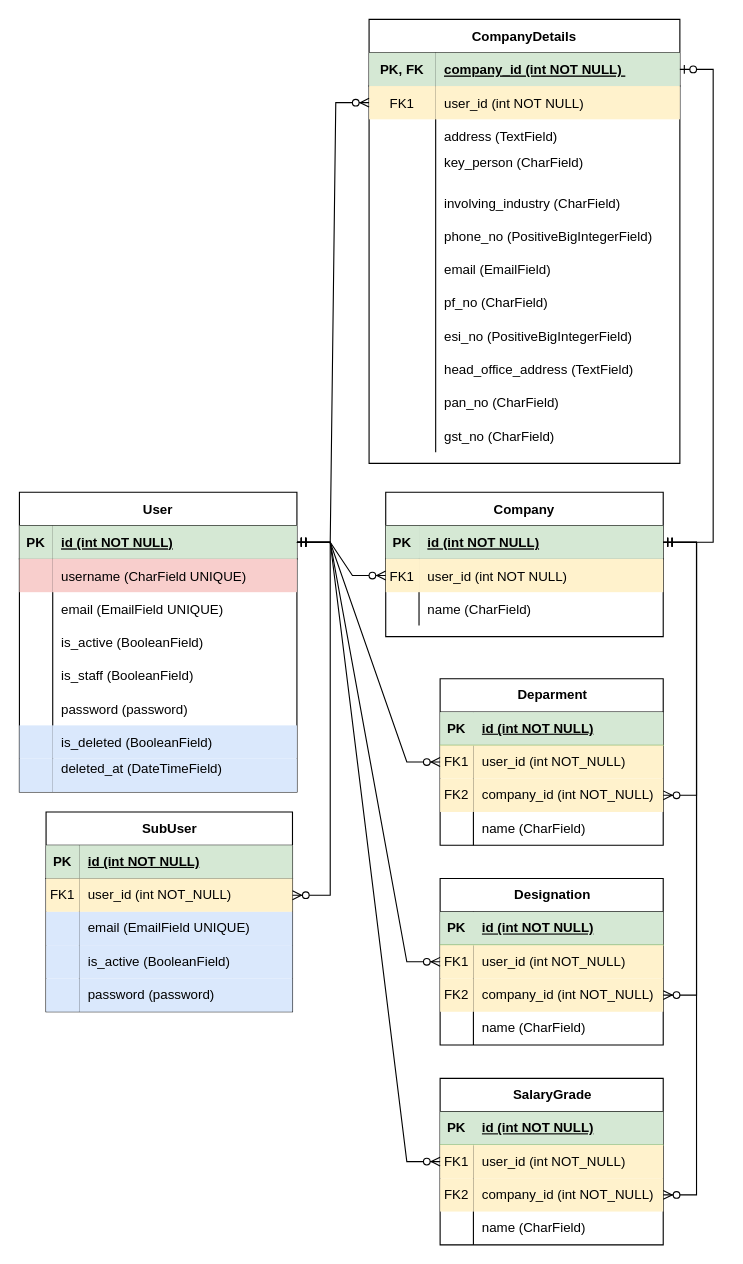
Before: DB_diagram.drawio in naruto4999/payroll-system, a draw.io diagram. Source tidied: cells renumbered, new cells numbered last; positions are measured from the earlier drawing's top-left corner, leaving out a move shared by most shapes. Both pictures are drawn from the tidied source at 111%, with x=0, y=0 at pixel (19, 19).
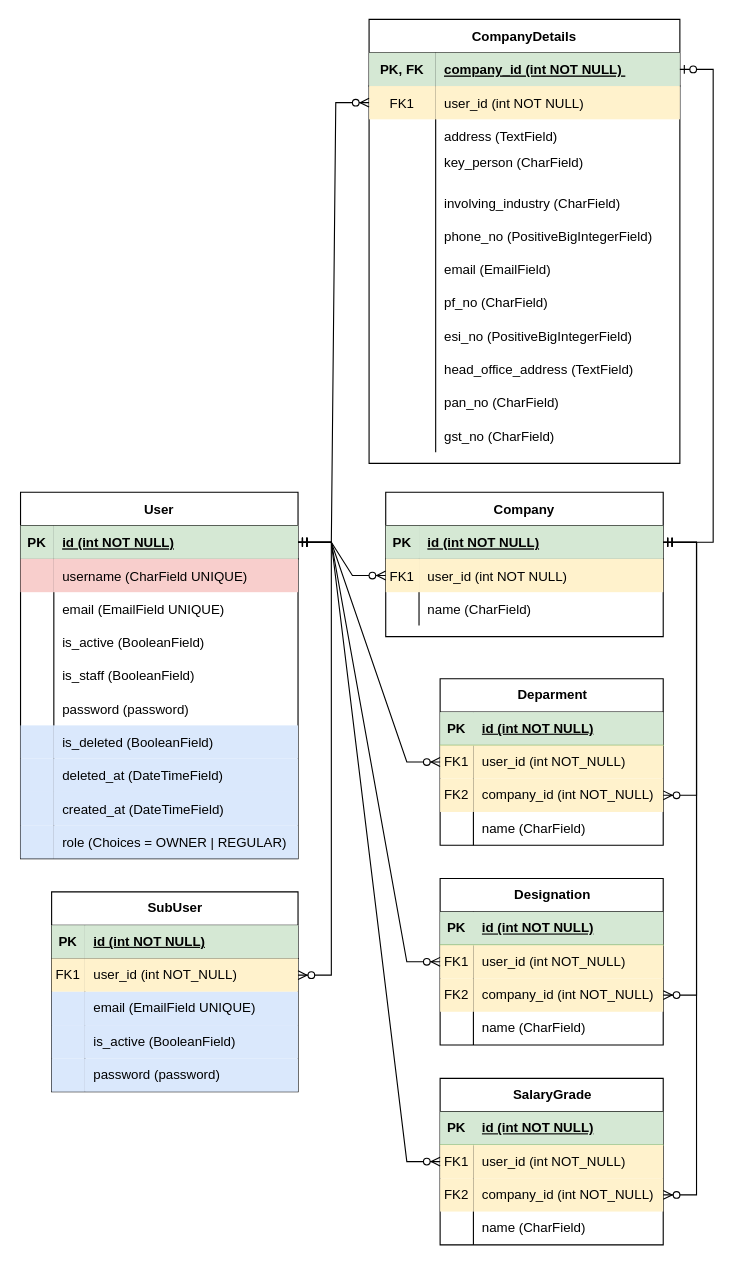
Above is the later version.

The change refers to these unchanged cells:
```xml
<mxCell id="71" style="shape=partialRectangle;fillColor=none;top=0;left=0;right=0;bottom=0;" parent="49" vertex="1">
  <mxGeometry y="240" width="250" height="30" as="geometry" />
</mxCell>
```

Change to the diagram source:
```diff
@@
     <mxCell id="49" value="User" style="shape=table;startSize=30;childLayout=tableLayout;rowLines=0;fontStyle=1;align=center;" parent="1" vertex="1">
-      <mxGeometry y="426" width="250" height="270" as="geometry" />
+      <mxGeometry x="1" y="426" width="250" height="330" as="geometry" />
     </mxCell>
@@
-    <mxCell id="73" value="deleted_at (DateTimeField)&#10;" style="shape=partialRectangle;overflow=hidden;fillColor=#dae8fc;top=0;left=0;bottom=0;right=0;align=left;spacingLeft=6;strokeColor=#6c8ebf;" parent="71" vertex="1">
+    <mxCell id="73" value="deleted_at (DateTimeField)" style="shape=partialRectangle;overflow=hidden;fillColor=#dae8fc;top=0;left=0;bottom=0;right=0;align=left;spacingLeft=6;strokeColor=#6c8ebf;" parent="71" vertex="1">
       <mxGeometry x="30" width="220" height="30" as="geometry" />
     </mxCell>
+    <mxCell id="139" style="shape=partialRectangle;fillColor=none;top=0;left=0;right=0;bottom=0;" parent="49" vertex="1">
+      <mxGeometry y="270" width="250" height="30" as="geometry" />
+    </mxCell>
+    <mxCell id="140" style="shape=partialRectangle;overflow=hidden;fillColor=#dae8fc;top=0;left=0;bottom=0;right=0;strokeColor=#6c8ebf;" parent="139" vertex="1">
+      <mxGeometry width="30" height="30" as="geometry" />
+    </mxCell>
+    <mxCell id="141" value="created_at (DateTimeField)" style="shape=partialRectangle;overflow=hidden;fillColor=#dae8fc;top=0;left=0;bottom=0;right=0;align=left;spacingLeft=6;strokeColor=#6c8ebf;" parent="139" vertex="1">
+      <mxGeometry x="30" width="220" height="30" as="geometry" />
+    </mxCell>
+    <mxCell id="142" style="shape=partialRectangle;fillColor=none;top=0;left=0;right=0;bottom=0;" parent="49" vertex="1">
+      <mxGeometry y="300" width="250" height="30" as="geometry" />
+    </mxCell>
+    <mxCell id="143" style="shape=partialRectangle;overflow=hidden;fillColor=#dae8fc;top=0;left=0;bottom=0;right=0;strokeColor=#6c8ebf;" parent="142" vertex="1">
+      <mxGeometry width="30" height="30" as="geometry" />
+    </mxCell>
+    <mxCell id="144" value="role (Choices = OWNER | REGULAR)" style="shape=partialRectangle;overflow=hidden;fillColor=#dae8fc;top=0;left=0;bottom=0;right=0;align=left;spacingLeft=6;strokeColor=#6c8ebf;" parent="142" vertex="1">
+      <mxGeometry x="30" width="220" height="30" as="geometry" />
+    </mxCell>
@@
     <mxCell id="122" value="SubUser" style="shape=table;startSize=30;childLayout=tableLayout;rowLines=0;fontStyle=1;align=center;html=1;" parent="1" vertex="1">
-      <mxGeometry x="24" y="714" width="222" height="180" as="geometry" />
+      <mxGeometry x="29" y="786" width="222" height="180" as="geometry" />
     </mxCell>
```
